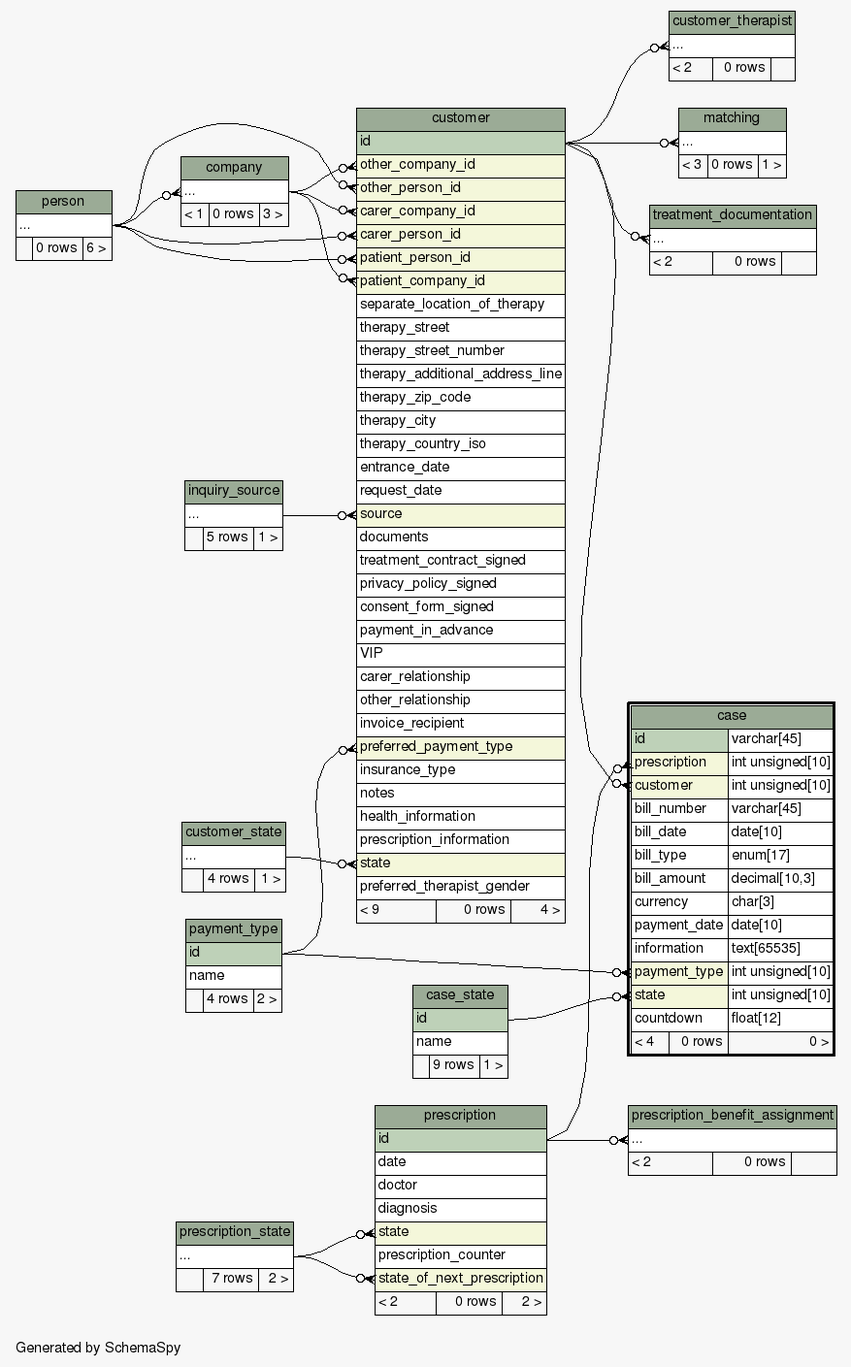
Earlier version of the Graphviz export diagrams/case.2degrees.png (KaiBMP/KaiBMP.github.io). Its source is kept beside it as diagrams/case.2degrees.dot.
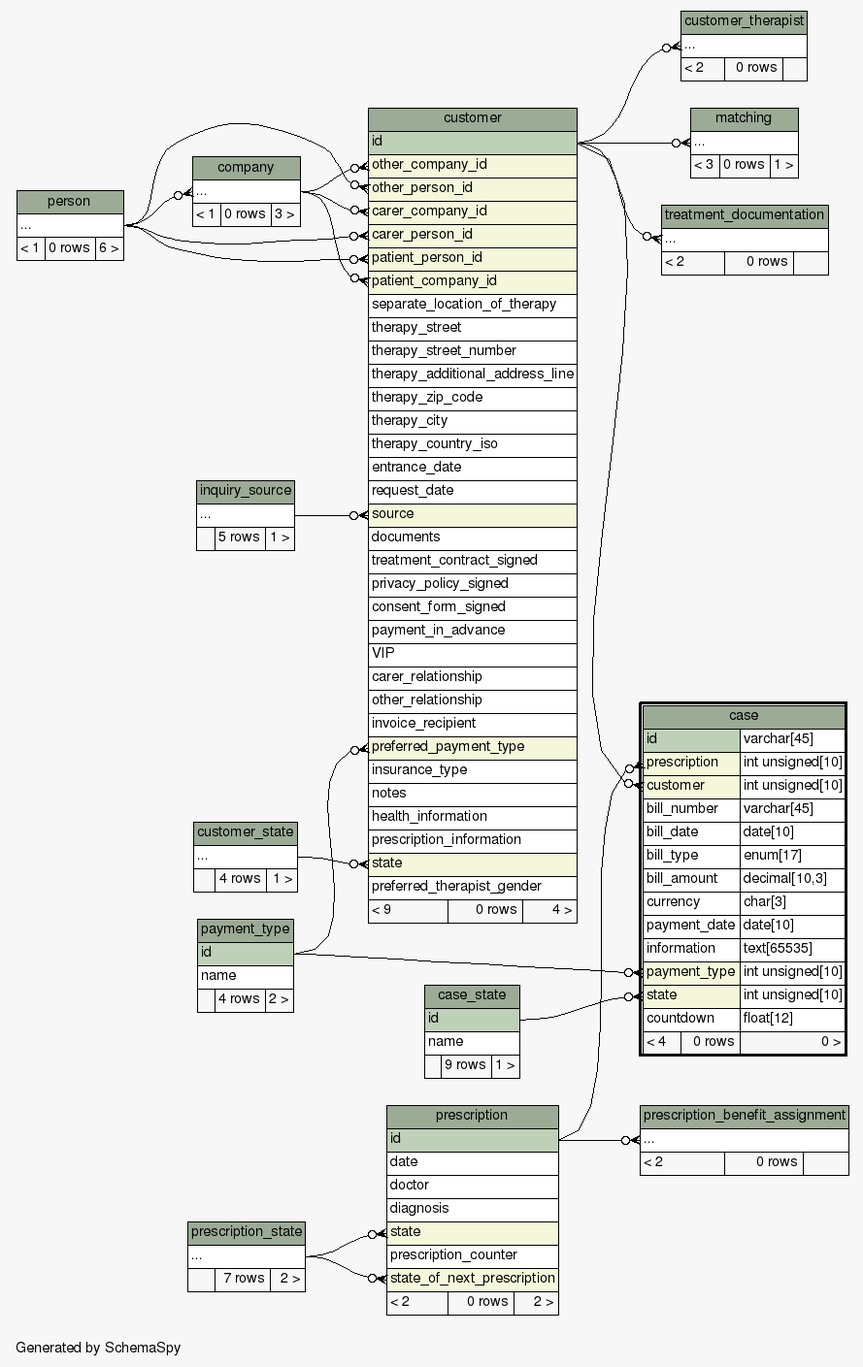
The same file after the commit.

Diff of the diagram source:
```diff
@@ -178,7 +178,7 @@
     <TABLE BORDER="0" CELLBORDER="1" CELLSPACING="0" BGCOLOR="#ffffff">
       <TR><TD COLSPAN="3" BGCOLOR="#9bab96" ALIGN="CENTER">person</TD></TR>
       <TR><TD PORT="elipses" COLSPAN="3" ALIGN="LEFT">...</TD></TR>
-      <TR><TD ALIGN="LEFT" BGCOLOR="#f7f7f7">  </TD><TD ALIGN="RIGHT" BGCOLOR="#f7f7f7">0 rows</TD><TD ALIGN="RIGHT" BGCOLOR="#f7f7f7">6 &gt;</TD></TR>
+      <TR><TD ALIGN="LEFT" BGCOLOR="#f7f7f7">&lt; 1</TD><TD ALIGN="RIGHT" BGCOLOR="#f7f7f7">0 rows</TD><TD ALIGN="RIGHT" BGCOLOR="#f7f7f7">6 &gt;</TD></TR>
     </TABLE>>
     URL="person.html"
     tooltip="person"
```
